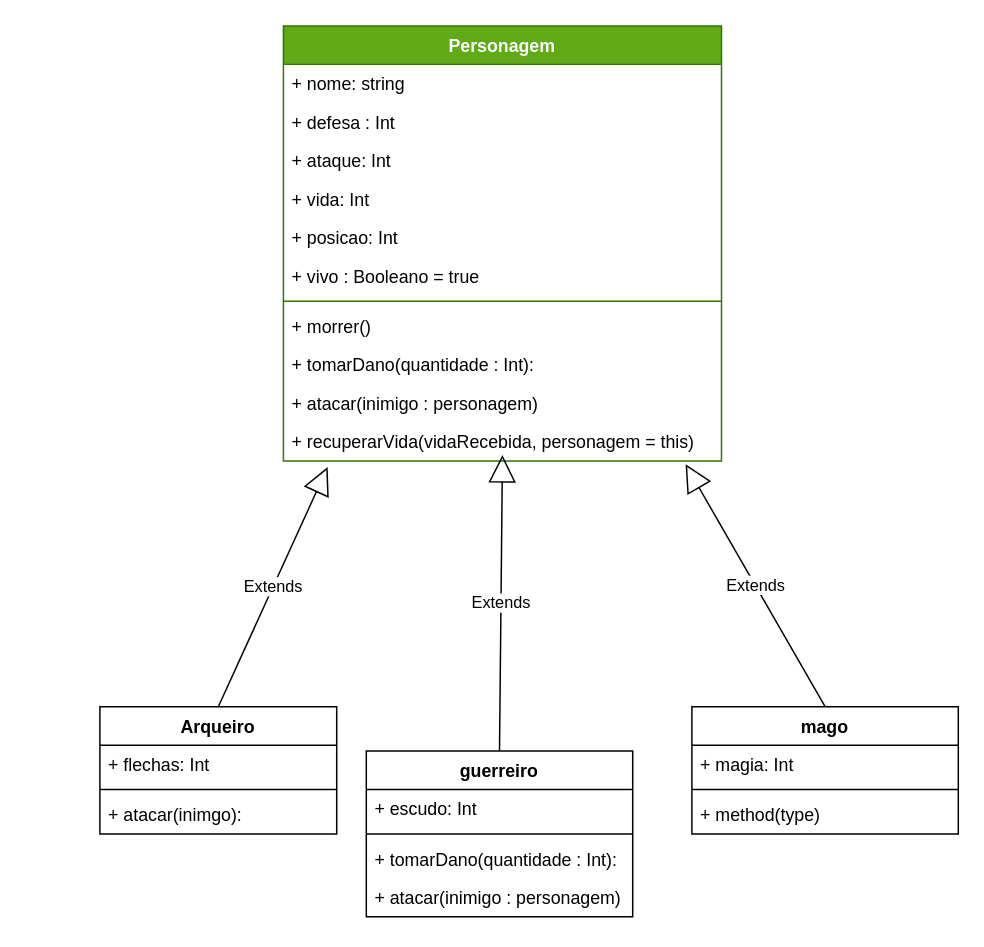
This is aulas/aula10/rpg.drawio from LuisgrbDev/AulasJs, a draw.io file, before an edit. Source tidied: cells renumbered, new cells numbered last; positions are measured from the earlier drawing's top-left corner, leaving out a move shared by most shapes. Both pictures are drawn from the tidied source at 148%, with x=0, y=0 at pixel (99, 25).
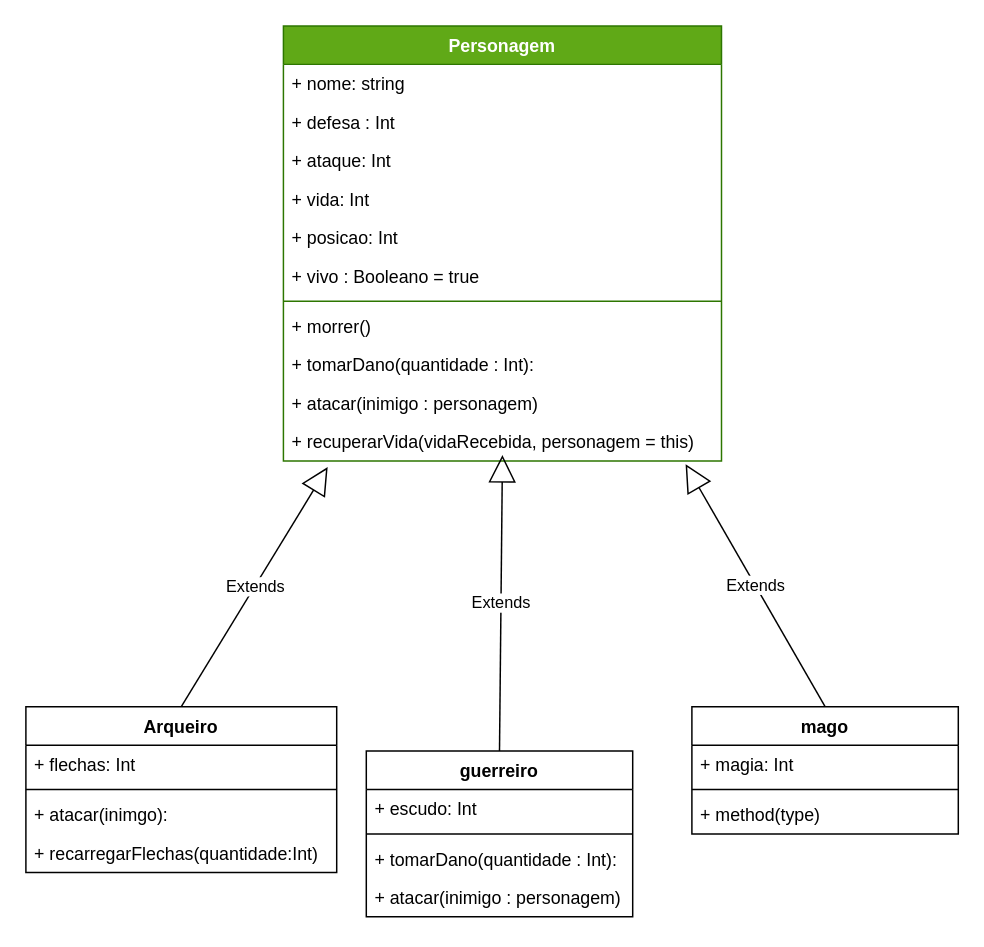
The same diagram, later.

Commit message (it also covers changes not shown here):
Recarregar flechas

Change to the diagram source:
```diff
@@
     <mxCell id="14" value="Arqueiro" style="swimlane;fontStyle=1;align=center;verticalAlign=top;horizontal=1;startSize=26;" parent="1" vertex="1">
-      <mxGeometry y="460" width="160" height="86" as="geometry" />
+      <mxGeometry x="-50" y="460" width="210" height="112" as="geometry" />
     </mxCell>
     <mxCell id="15" value="+ flechas: Int" style="text;strokeColor=none;fillColor=none;align=left;verticalAlign=top;spacingLeft=4;spacingRight=4;overflow=hidden;" parent="14" vertex="1">
-      <mxGeometry y="26" width="160" height="26" as="geometry" />
+      <mxGeometry y="26" width="210" height="26" as="geometry" />
     </mxCell>
     <mxCell id="16" style="line;strokeWidth=1;fillColor=none;align=left;verticalAlign=middle;spacingTop=-1;spacingLeft=3;spacingRight=3;labelPosition=right;strokeColor=inherit;" parent="14" vertex="1">
-      <mxGeometry y="52" width="160" height="8" as="geometry" />
+      <mxGeometry y="52" width="210" height="8" as="geometry" />
     </mxCell>
     <mxCell id="17" value="+ atacar(inimgo): " style="text;strokeColor=none;fillColor=none;align=left;verticalAlign=top;spacingLeft=4;spacingRight=4;overflow=hidden;" parent="14" vertex="1">
-      <mxGeometry y="60" width="160" height="26" as="geometry" />
+      <mxGeometry y="60" width="210" height="26" as="geometry" />
     </mxCell>
+    <mxCell id="30" value="+ recarregarFlechas(quantidade:Int)" style="text;strokeColor=none;fillColor=none;align=left;verticalAlign=top;spacingLeft=4;spacingRight=4;overflow=hidden;" parent="14" vertex="1">
+      <mxGeometry y="86" width="210" height="26" as="geometry" />
+    </mxCell>
```
